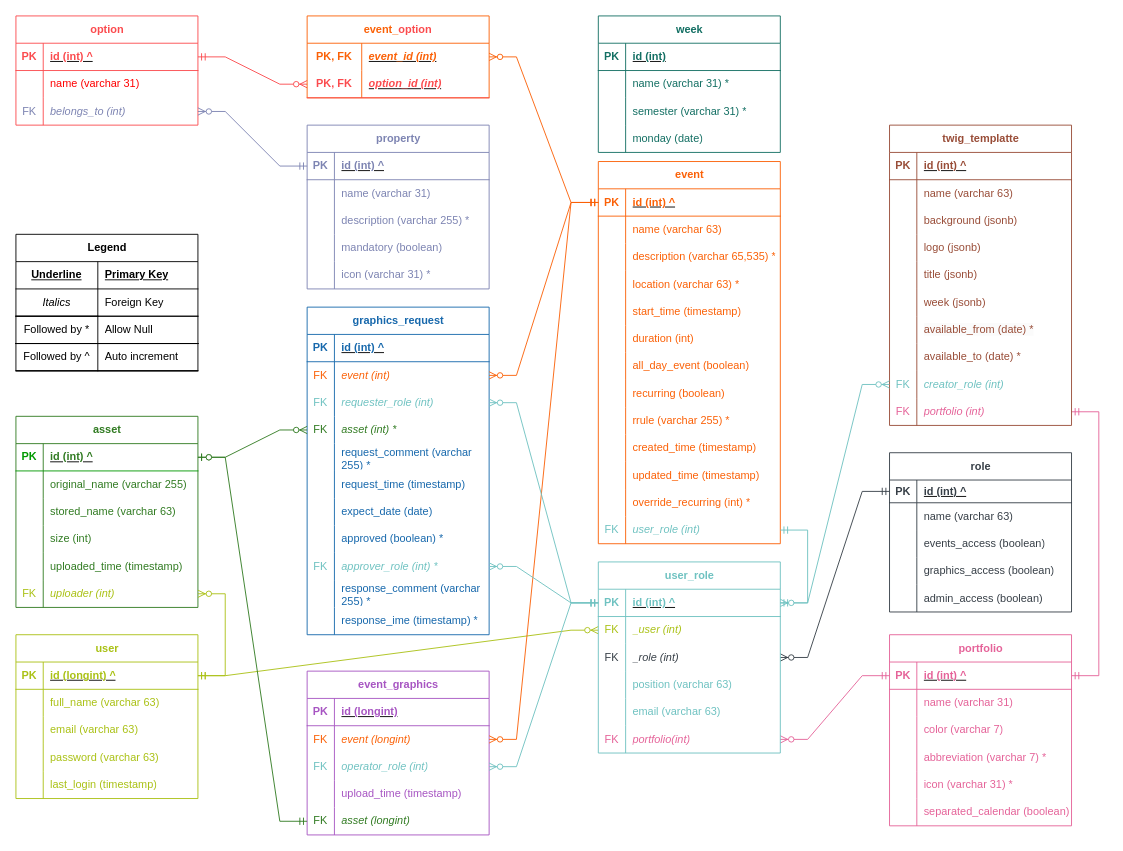
This is design/eTWIG.ER.drawio from stewebb/eTWIG, a draw.io file, before an edit. Source tidied: cells renumbered, new cells numbered last; positions are measured from the earlier drawing's top-left corner, leaving out a move shared by most shapes. Both pictures are drawn from the tidied source at 91%, with x=0, y=0 at pixel (15, 15).
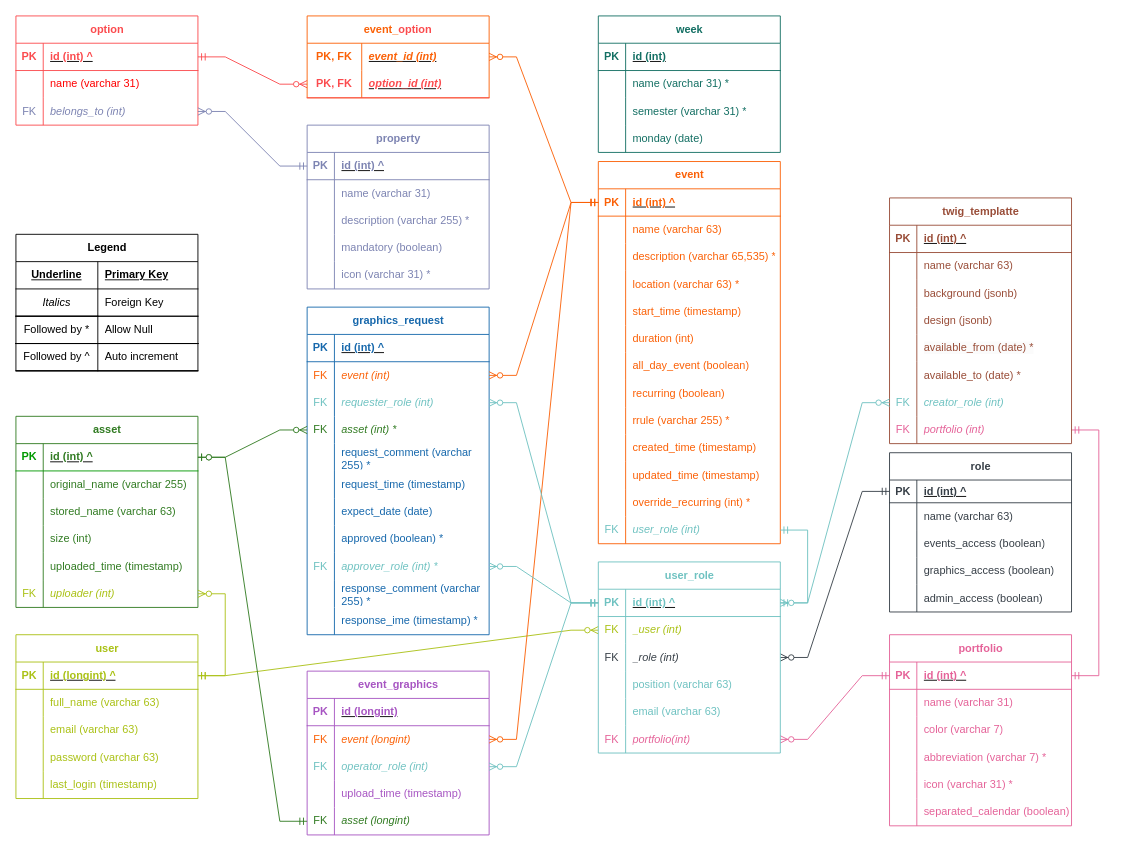
The same diagram, later.

The change refers to these unchanged cells:
```xml
<mxCell id="207" style="shape=tableRow;horizontal=0;startSize=0;swimlaneHead=0;swimlaneBody=0;fillColor=none;top=0;left=0;right=0;bottom=0;" parent="197" vertex="1">
  <mxGeometry y="120" width="200" height="30" as="geometry" />
</mxCell>
```

What changed in the source:
```diff
@@
     <mxCell id="197" value="&lt;font color=&quot;#994d38&quot;&gt;twig_templatte&lt;/font&gt;" style="shape=table;startSize=30;childLayout=tableLayout;rowLines=0;fontStyle=1;align=center;html=1;strokeColor=#994D38;" parent="1" vertex="1">
-      <mxGeometry x="960" y="120" width="200" height="330" as="geometry" />
+      <mxGeometry x="960" y="200" width="200" height="270" as="geometry" />
     </mxCell>
@@
-    <mxCell id="209" value="&lt;font color=&quot;#994d38&quot;&gt;logo (jsonb)&lt;/font&gt;" style="shape=partialRectangle;fillColor=none;top=0;left=0;bottom=0;right=0;align=left;spacingLeft=6;overflow=hidden;whiteSpace=wrap;html=1;" parent="207" vertex="1">
+    <mxCell id="209" value="&lt;font color=&quot;#994d38&quot;&gt;design (jsonb)&lt;/font&gt;" style="shape=partialRectangle;fillColor=none;top=0;left=0;bottom=0;right=0;align=left;spacingLeft=6;overflow=hidden;whiteSpace=wrap;html=1;" parent="207" vertex="1">
       <mxGeometry x="30" width="170" height="30" as="geometry" />
     </mxCell>
-    <mxCell id="210" style="shape=tableRow;horizontal=0;startSize=0;swimlaneHead=0;swimlaneBody=0;fillColor=none;top=0;left=0;right=0;bottom=0;" parent="197" vertex="1">
-      <mxGeometry y="150" width="200" height="30" as="geometry" />
-    </mxCell>
-    <mxCell id="211" style="shape=partialRectangle;fillColor=none;top=0;left=0;bottom=0;right=0;overflow=hidden;whiteSpace=wrap;html=1;" parent="210" vertex="1">
-      <mxGeometry width="30" height="30" as="geometry" />
-    </mxCell>
-    <mxCell id="212" value="&lt;font color=&quot;#994d38&quot;&gt;title (jsonb)&lt;/font&gt;" style="shape=partialRectangle;fillColor=none;top=0;left=0;bottom=0;right=0;align=left;spacingLeft=6;overflow=hidden;whiteSpace=wrap;html=1;" parent="210" vertex="1">
-      <mxGeometry x="30" width="170" height="30" as="geometry" />
-    </mxCell>
-    <mxCell id="213" style="shape=tableRow;horizontal=0;startSize=0;swimlaneHead=0;swimlaneBody=0;fillColor=none;top=0;left=0;right=0;bottom=0;" parent="197" vertex="1">
-      <mxGeometry y="180" width="200" height="30" as="geometry" />
-    </mxCell>
-    <mxCell id="214" style="shape=partialRectangle;fillColor=none;top=0;left=0;bottom=0;right=0;overflow=hidden;whiteSpace=wrap;html=1;" parent="213" vertex="1">
-      <mxGeometry width="30" height="30" as="geometry" />
-    </mxCell>
-    <mxCell id="215" value="&lt;font color=&quot;#994d38&quot;&gt;week (jsonb)&lt;/font&gt;" style="shape=partialRectangle;fillColor=none;top=0;left=0;bottom=0;right=0;align=left;spacingLeft=6;overflow=hidden;whiteSpace=wrap;html=1;" parent="213" vertex="1">
-      <mxGeometry x="30" width="170" height="30" as="geometry" />
-    </mxCell>
     <mxCell id="216" style="shape=tableRow;horizontal=0;startSize=0;swimlaneHead=0;swimlaneBody=0;fillColor=none;top=0;left=0;right=0;bottom=0;" parent="197" vertex="1">
-      <mxGeometry y="210" width="200" height="30" as="geometry" />
+      <mxGeometry y="150" width="200" height="30" as="geometry" />
     </mxCell>
@@
     <mxCell id="219" style="shape=tableRow;horizontal=0;startSize=0;swimlaneHead=0;swimlaneBody=0;fillColor=none;top=0;left=0;right=0;bottom=0;" parent="197" vertex="1">
-      <mxGeometry y="240" width="200" height="30" as="geometry" />
+      <mxGeometry y="180" width="200" height="30" as="geometry" />
     </mxCell>
@@
     <mxCell id="222" style="shape=tableRow;horizontal=0;startSize=0;swimlaneHead=0;swimlaneBody=0;fillColor=none;points=[[0,0.5],[1,0.5]];portConstraint=eastwest;top=0;left=0;right=0;bottom=0;" parent="197" vertex="1">
-      <mxGeometry y="270" width="200" height="30" as="geometry" />
+      <mxGeometry y="210" width="200" height="30" as="geometry" />
     </mxCell>
@@
     <mxCell id="225" style="shape=tableRow;horizontal=0;startSize=0;swimlaneHead=0;swimlaneBody=0;fillColor=none;points=[[0,0.5],[1,0.5]];portConstraint=eastwest;top=0;left=0;right=0;bottom=0;" parent="197" vertex="1">
-      <mxGeometry y="300" width="200" height="30" as="geometry" />
+      <mxGeometry y="240" width="200" height="30" as="geometry" />
     </mxCell>
```
